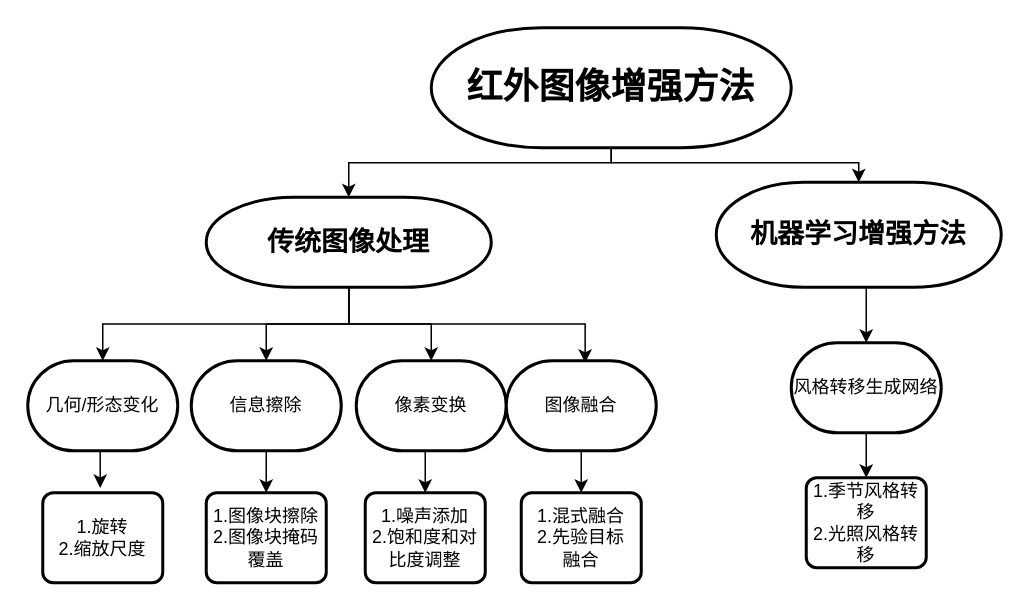
The draw.io diagram 红外数据增强方法手段.drawio in paleblackless/diagrams, before the edit. Source tidied: cells renumbered, new cells numbered last; positions are measured from the earlier drawing's top-left corner, leaving out a move shared by most shapes. Both pictures are drawn from the tidied source at 150%, with x=0, y=0 at pixel (27, 27).
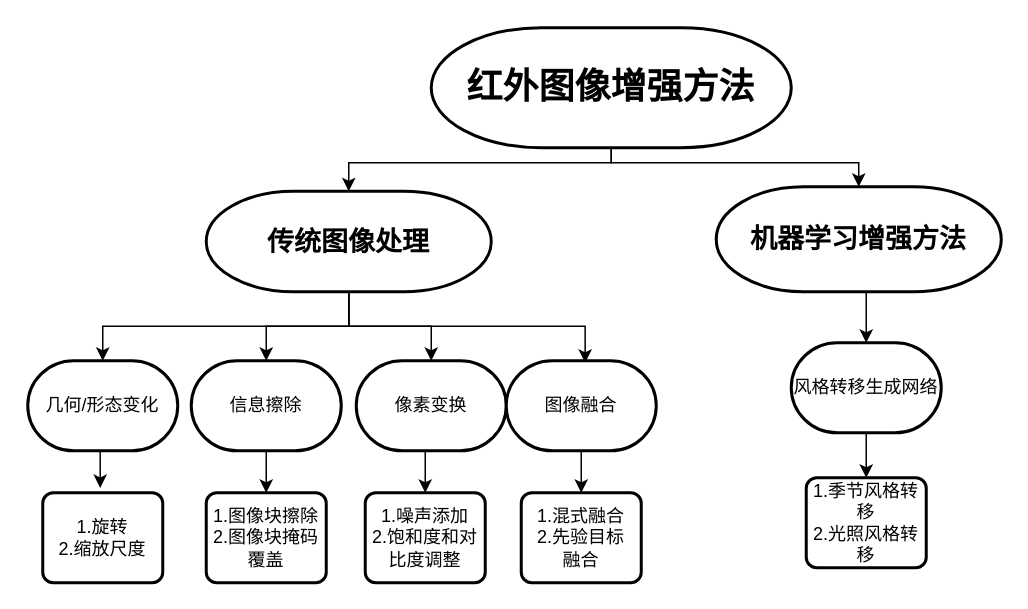
After the change.

Commit message (it also covers changes not shown here):
更新红外数据增强方法手段.drawio

The change refers to these unchanged cells:
```xml
<mxCell id="4" value="&lt;h1&gt;红外图像增强方法&lt;/h1&gt;" style="strokeWidth=2;html=1;shape=mxgraph.flowchart.terminator;whiteSpace=wrap;" parent="1" vertex="1">
  <mxGeometry x="269" width="240" height="80" as="geometry" />
</mxCell>
```

Diff of the diagram source:
```diff
@@
-    <mxCell id="2" style="edgeStyle=orthogonalEdgeStyle;rounded=0;orthogonalLoop=1;jettySize=auto;html=1;exitX=0.5;exitY=1;exitDx=0;exitDy=0;exitPerimeter=0;" parent="1" edge="1">
-      <mxGeometry relative="1" as="geometry">
-        <mxPoint x="389" y="80" as="sourcePoint" />
-        <mxPoint x="214" y="113" as="targetPoint" />
-        <Array as="points">
-          <mxPoint x="389" y="90" />
-          <mxPoint x="214" y="90" />
-        </Array>
-      </mxGeometry>
-    </mxCell>
@@
+    <mxCell id="27" style="edgeStyle=orthogonalEdgeStyle;rounded=0;jettySize=auto;html=1;exitX=0.5;exitY=1;exitDx=0;exitDy=0;exitPerimeter=0;" parent="1" edge="1" source="4" target="9">
+      <mxGeometry relative="1" as="geometry">
+        <Array as="points">
+          <mxPoint x="389" y="90" />
+          <mxPoint x="214" y="90" />
+        </Array>
+      </mxGeometry>
+    </mxCell>
@@
     <mxCell id="9" value="&lt;h2&gt;传统图像处理&lt;/h2&gt;" style="strokeWidth=2;html=1;shape=mxgraph.flowchart.terminator;whiteSpace=wrap;" parent="1" vertex="1">
-      <mxGeometry x="119" y="113" width="190" height="60" as="geometry" />
+      <mxGeometry x="119" y="109" width="190" height="67" as="geometry" />
     </mxCell>
@@
     <mxCell id="11" value="&lt;h2&gt;机器学习增强方法&lt;/h2&gt;" style="strokeWidth=2;html=1;shape=mxgraph.flowchart.terminator;whiteSpace=wrap;" parent="1" vertex="1">
-      <mxGeometry x="459" y="103" width="190" height="70" as="geometry" />
+      <mxGeometry x="459" y="106" width="190" height="70" as="geometry" />
     </mxCell>
```
